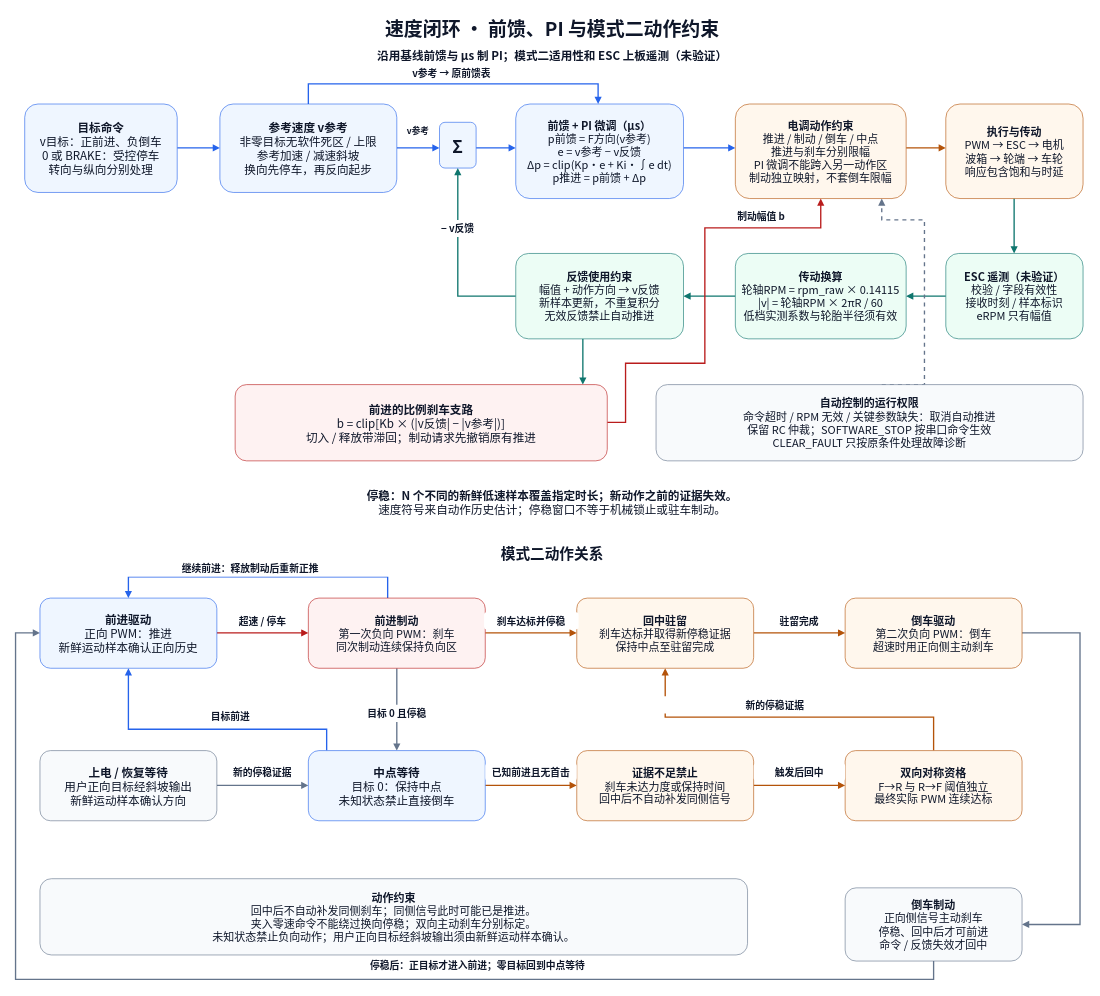
The draw.io diagram page "02 速度闭环与模式二动作" (2 of 2) of docs/diagrams/chassis.drawio in XM-LEES/RCCar-Firmware, before the edit. Source tidied: cells renumbered, new cells numbered last; positions are measured from the earlier drawing's top-left corner, leaving out a move shared by most shapes. Both pictures are drawn from the tidied source at 61%, with x=0, y=0 at pixel (15, 10).
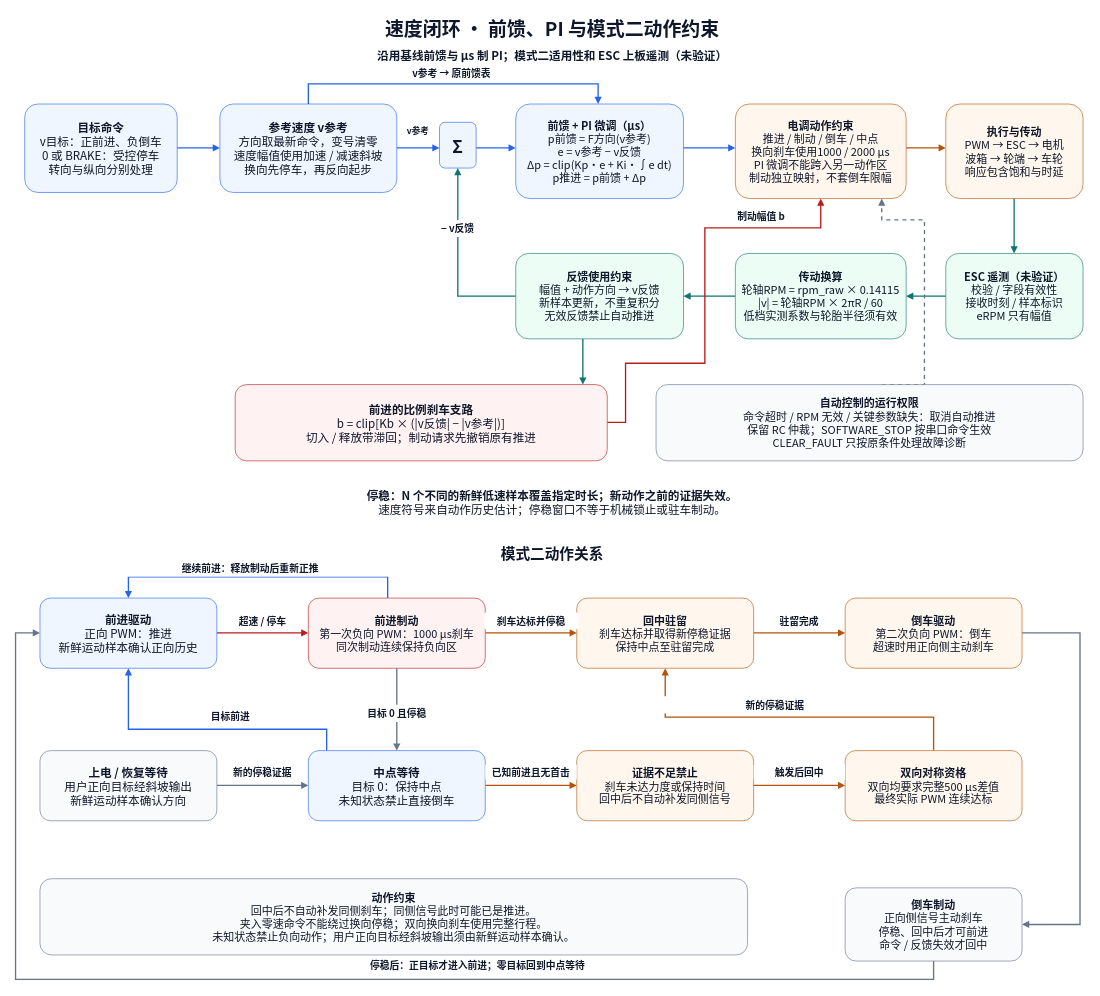
The same page after the edit.

The edit, as a diff of the source:
```diff
@@
-    <mxCell id="30" value="&lt;b&gt;参考速度 v参考&lt;/b&gt;&lt;br&gt;非零目标无软件死区 / 上限&lt;br&gt;参考加速 / 减速斜坡&lt;br&gt;换向先停车，再反向起步" style="rounded=1;whiteSpace=wrap;html=1;fontFamily=Noto Sans CJK SC;fontSize=19;fontColor=#0f172a;fillColor=#eff6ff;strokeColor=#2563eb;spacing=8;" parent="1" vertex="1">
+    <mxCell id="30" value="&lt;b&gt;参考速度 v参考&lt;/b&gt;&lt;br&gt;方向取最新命令，变号清零&lt;br&gt;速度幅值使用加速 / 减速斜坡&lt;br&gt;换向先停车，再反向起步" style="rounded=1;whiteSpace=wrap;html=1;fontFamily=Noto Sans CJK SC;fontSize=19;fontColor=#0f172a;fillColor=#eff6ff;strokeColor=#2563eb;spacing=8;" parent="1" vertex="1">
       <mxGeometry x="335" y="153" width="290" height="145" as="geometry" />
     </mxCell>
@@
-    <mxCell id="34" value="&lt;b&gt;电调动作约束&lt;/b&gt;&lt;br&gt;推进 / 制动 / 倒车 / 中点&lt;br&gt;推进与刹车分别限幅&lt;br&gt;PI 微调不能跨入另一动作区&lt;br&gt;制动独立映射，不套倒车限幅" style="rounded=1;whiteSpace=wrap;html=1;fontFamily=Noto Sans CJK SC;fontSize=18;fontColor=#0f172a;fillColor=#fff7ed;strokeColor=#b45309;spacing=8;" parent="1" vertex="1">
+    <mxCell id="34" value="&lt;b&gt;电调动作约束&lt;/b&gt;&lt;br&gt;推进 / 制动 / 倒车 / 中点&lt;br&gt;换向刹车使用1000 / 2000 µs&lt;br&gt;PI 微调不能跨入另一动作区&lt;br&gt;制动独立映射，不套倒车限幅" style="rounded=1;whiteSpace=wrap;html=1;fontFamily=Noto Sans CJK SC;fontSize=18;fontColor=#0f172a;fillColor=#fff7ed;strokeColor=#b45309;spacing=8;" parent="1" vertex="1">
       <mxGeometry x="1180" y="153" width="280" height="155" as="geometry" />
     </mxCell>
@@
-    <mxCell id="47" value="&lt;b&gt;前进制动&lt;/b&gt;&lt;br&gt;第一次负向 PWM：刹车&lt;br&gt;同次制动连续保持负向区" style="rounded=1;whiteSpace=wrap;html=1;fontFamily=Noto Sans CJK SC;fontSize=18;fontColor=#0f172a;fillColor=#fef2f2;strokeColor=#b91c1c;spacing=8;" parent="1" vertex="1">
+    <mxCell id="47" value="&lt;b&gt;前进制动&lt;/b&gt;&lt;br&gt;第一次负向 PWM：1000 µs刹车&lt;br&gt;同次制动连续保持负向区" style="rounded=1;whiteSpace=wrap;html=1;fontFamily=Noto Sans CJK SC;fontSize=18;fontColor=#0f172a;fillColor=#fef2f2;strokeColor=#b91c1c;spacing=8;" parent="1" vertex="1">
       <mxGeometry x="480" y="963" width="290" height="115" as="geometry" />
     </mxCell>
@@
-    <mxCell id="53" value="&lt;b&gt;双向对称资格&lt;/b&gt;&lt;br&gt;F→R 与 R→F 阈值独立&lt;br&gt;最终实际 PWM 连续达标" style="rounded=1;whiteSpace=wrap;html=1;fontFamily=Noto Sans CJK SC;fontSize=18;fontColor=#0f172a;fillColor=#fff7ed;strokeColor=#b45309;spacing=8;" parent="1" vertex="1">
+    <mxCell id="53" value="&lt;b&gt;双向对称资格&lt;/b&gt;&lt;br&gt;双向均要求完整500 µs差值&lt;br&gt;最终实际 PWM 连续达标" style="rounded=1;whiteSpace=wrap;html=1;fontFamily=Noto Sans CJK SC;fontSize=18;fontColor=#0f172a;fillColor=#fff7ed;strokeColor=#b45309;spacing=8;" parent="1" vertex="1">
       <mxGeometry x="1360" y="1213" width="290" height="115" as="geometry" />
     </mxCell>
@@
-    <mxCell id="55" value="&lt;b&gt;动作约束&lt;/b&gt;&lt;br&gt;回中后不自动补发同侧刹车；同侧信号此时可能已是推进。&lt;br&gt;夹入零速命令不能绕过换向停稳；双向主动刹车分别标定。&lt;br&gt;未知状态禁止负向动作；用户正向目标经斜坡输出须由新鲜运动样本确认。" style="rounded=1;whiteSpace=wrap;html=1;fontFamily=Noto Sans CJK SC;fontSize=18;fontColor=#0f172a;fillColor=#f8fafc;strokeColor=#64748b;spacing=8;" parent="1" vertex="1">
+    <mxCell id="55" value="&lt;b&gt;动作约束&lt;/b&gt;&lt;br&gt;回中后不自动补发同侧刹车；同侧信号此时可能已是推进。&lt;br&gt;夹入零速命令不能绕过换向停稳；双向换向刹车使用完整行程。&lt;br&gt;未知状态禁止负向动作；用户正向目标经斜坡输出须由新鲜运动样本确认。" style="rounded=1;whiteSpace=wrap;html=1;fontFamily=Noto Sans CJK SC;fontSize=18;fontColor=#0f172a;fillColor=#f8fafc;strokeColor=#64748b;spacing=8;" parent="1" vertex="1">
       <mxGeometry x="40" y="1423" width="1160" height="125" as="geometry" />
     </mxCell>
```
